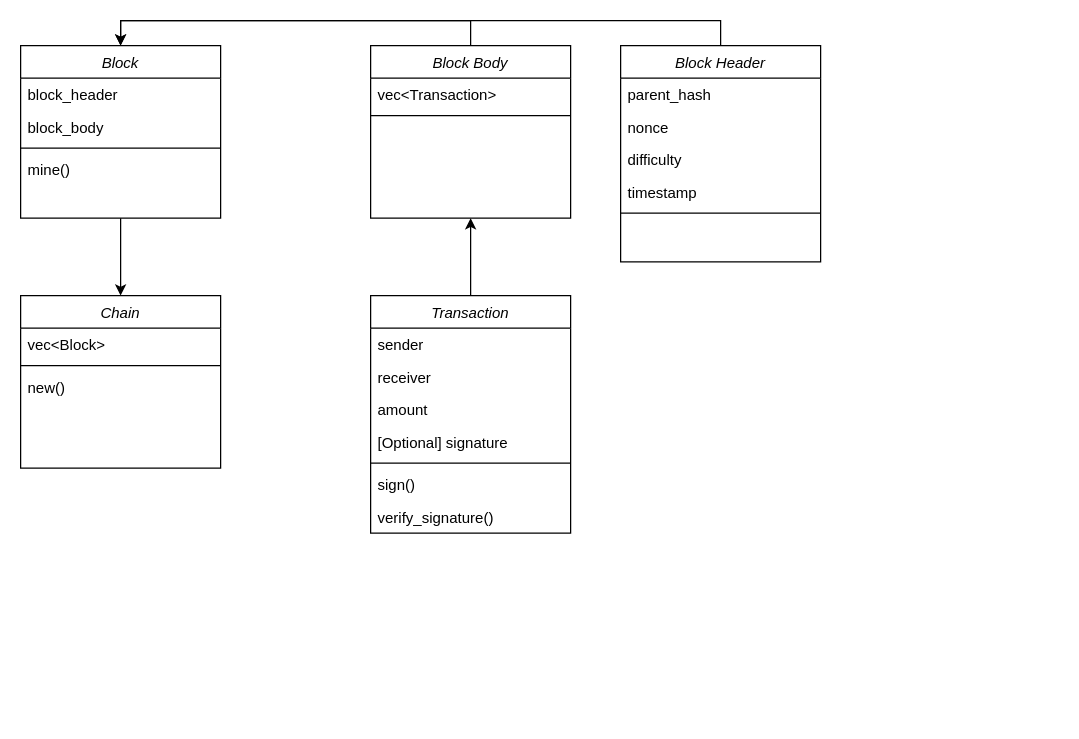
The draw.io diagram docs/Public_Ledger.drawio in DiogoAlexandreOliveiraDaSilva/secure-auction-ledger, before the edit. Source tidied: cells renumbered, new cells numbered last; positions are measured from the earlier drawing's top-left corner, leaving out a move shared by most shapes. Both pictures are drawn from the tidied source at 125%, with x=0, y=0 at pixel (20, 20).
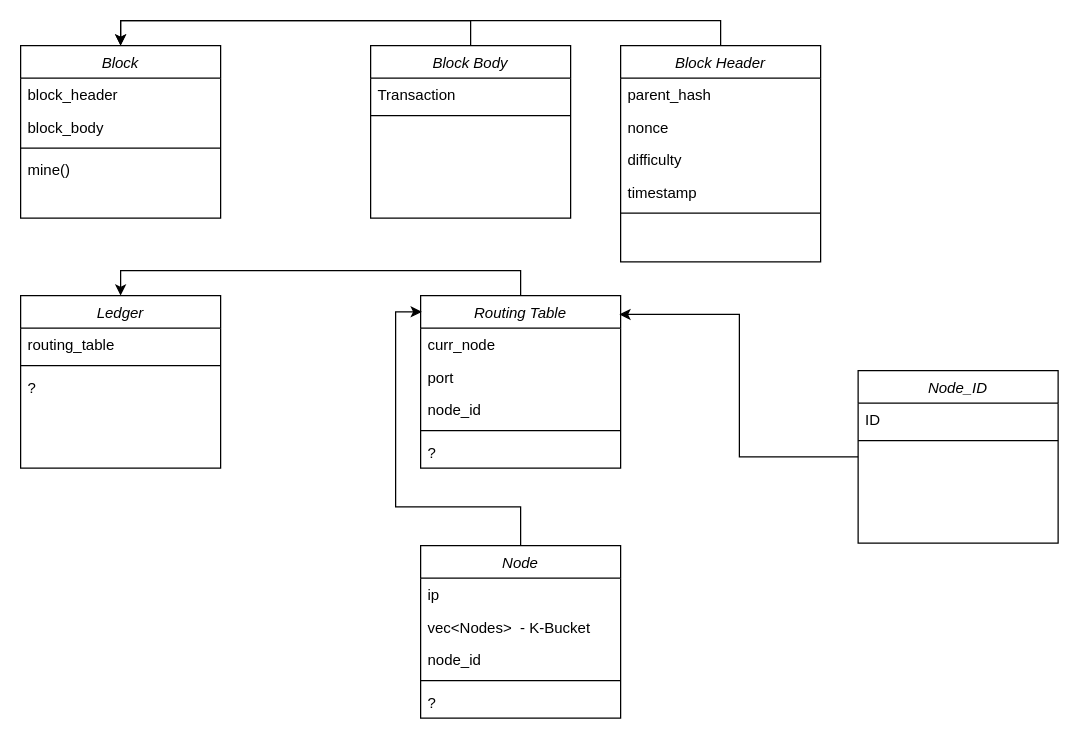
The same page after the edit.

Unchanged cells that the change refers to:
```xml
<mxCell id="3" value="Block" style="swimlane;fontStyle=2;align=center;verticalAlign=top;horizontal=1;startSize=26;rounded=0;shadow=0;strokeWidth=1;" parent="1" vertex="1">
  <mxGeometry y="20" width="160" height="138" as="geometry" />
</mxCell>
<mxCell id="16" value="Block Body&#10;" style="swimlane;fontStyle=2;align=center;verticalAlign=top;horizontal=1;startSize=26;rounded=0;shadow=0;strokeWidth=1;" parent="1" vertex="1">
  <mxGeometry x="280" y="20" width="160" height="138" as="geometry" />
</mxCell>
```

What changed in the source:
```diff
@@
-    <mxCell id="2" style="edgeStyle=orthogonalEdgeStyle;rounded=0;jettySize=auto;html=1;exitX=0.5;exitY=1;exitDx=0;exitDy=0;entryX=0.5;entryY=0;entryDx=0;entryDy=0;" parent="1" edge="1" source="3" target="28">
-      <mxGeometry relative="1" as="geometry" />
-    </mxCell>
@@
-    <mxCell id="17" value="vec&lt;Transaction&gt;" style="text;align=left;verticalAlign=top;spacingLeft=4;spacingRight=4;overflow=hidden;" parent="16" vertex="1">
+    <mxCell id="17" value="Transaction" style="text;align=left;verticalAlign=top;spacingLeft=4;spacingRight=4;overflow=hidden;" parent="16" vertex="1">
       <mxGeometry y="26" width="160" height="26" as="geometry" />
     </mxCell>
@@
-    <mxCell id="19" style="edgeStyle=orthogonalEdgeStyle;rounded=0;jettySize=auto;html=1;exitX=0.5;exitY=0;exitDx=0;exitDy=0;entryX=0.5;entryY=1;entryDx=0;entryDy=0;" parent="1" edge="1" source="20" target="16">
-      <mxGeometry relative="1" as="geometry" />
-    </mxCell>
-    <mxCell id="20" value="Transaction" style="swimlane;fontStyle=2;align=center;verticalAlign=top;horizontal=1;startSize=26;rounded=0;shadow=0;strokeWidth=1;" parent="1" vertex="1">
-      <mxGeometry x="280" y="220" width="160" height="190" as="geometry" />
-    </mxCell>
-    <mxCell id="21" value="sender&#10;" style="text;align=left;verticalAlign=top;spacingLeft=4;spacingRight=4;overflow=hidden;rounded=0;shadow=0;html=0;" parent="20" vertex="1">
-      <mxGeometry y="26" width="160" height="26" as="geometry" />
-    </mxCell>
-    <mxCell id="22" value="receiver" style="text;align=left;verticalAlign=top;spacingLeft=4;spacingRight=4;overflow=hidden;rounded=0;shadow=0;html=0;" parent="20" vertex="1">
-      <mxGeometry y="52" width="160" height="26" as="geometry" />
-    </mxCell>
-    <mxCell id="23" value="amount" style="text;align=left;verticalAlign=top;spacingLeft=4;spacingRight=4;overflow=hidden;rounded=0;shadow=0;html=0;" parent="20" vertex="1">
-      <mxGeometry y="78" width="160" height="26" as="geometry" />
-    </mxCell>
-    <mxCell id="24" value="[Optional] signature" style="text;align=left;verticalAlign=top;spacingLeft=4;spacingRight=4;overflow=hidden;rounded=0;shadow=0;html=0;" parent="20" vertex="1">
-      <mxGeometry y="104" width="160" height="26" as="geometry" />
-    </mxCell>
-    <mxCell id="25" style="line;html=1;strokeWidth=1;align=left;verticalAlign=middle;spacingTop=-1;spacingLeft=3;spacingRight=3;labelPosition=right;" parent="20" vertex="1">
-      <mxGeometry y="130" width="160" height="8" as="geometry" />
-    </mxCell>
-    <mxCell id="26" value="sign()&#10;" style="text;align=left;verticalAlign=top;spacingLeft=4;spacingRight=4;overflow=hidden;rounded=0;shadow=0;html=0;" parent="20" vertex="1">
-      <mxGeometry y="138" width="160" height="26" as="geometry" />
-    </mxCell>
-    <mxCell id="27" value="verify_signature()&#10;" style="text;align=left;verticalAlign=top;spacingLeft=4;spacingRight=4;overflow=hidden;rounded=0;shadow=0;html=0;" parent="20" vertex="1">
-      <mxGeometry y="164" width="160" height="26" as="geometry" />
-    </mxCell>
-    <mxCell id="28" value="Chain" style="swimlane;fontStyle=2;align=center;verticalAlign=top;horizontal=1;startSize=26;rounded=0;shadow=0;strokeWidth=1;" parent="1" vertex="1">
-      <mxGeometry y="220" width="160" height="138" as="geometry" />
-    </mxCell>
-    <mxCell id="29" value="vec&lt;Block&gt;" style="text;align=left;verticalAlign=top;spacingLeft=4;spacingRight=4;overflow=hidden;rounded=0;shadow=0;html=0;" parent="28" vertex="1">
-      <mxGeometry y="26" width="160" height="26" as="geometry" />
-    </mxCell>
-    <mxCell id="30" style="line;html=1;strokeWidth=1;align=left;verticalAlign=middle;spacingTop=-1;spacingLeft=3;spacingRight=3;labelPosition=right;" parent="28" vertex="1">
-      <mxGeometry y="52" width="160" height="8" as="geometry" />
-    </mxCell>
-    <mxCell id="31" value="new()" style="text;align=left;verticalAlign=top;spacingLeft=4;spacingRight=4;overflow=hidden;rounded=0;shadow=0;html=0;" parent="28" vertex="1">
-      <mxGeometry y="60" width="160" height="26" as="geometry" />
-    </mxCell>
+    <mxCell id="32" value="Node" style="swimlane;fontStyle=2;align=center;verticalAlign=top;horizontal=1;startSize=26;rounded=0;shadow=0;strokeWidth=1;" parent="1" vertex="1">
+      <mxGeometry x="320" y="420" width="160" height="138" as="geometry" />
+    </mxCell>
+    <mxCell id="33" value="ip" style="text;align=left;verticalAlign=top;spacingLeft=4;spacingRight=4;overflow=hidden;rounded=0;shadow=0;html=0;" parent="32" vertex="1">
+      <mxGeometry y="26" width="160" height="26" as="geometry" />
+    </mxCell>
+    <mxCell id="34" value="vec&lt;Nodes&gt;  - K-Bucket" style="text;align=left;verticalAlign=top;spacingLeft=4;spacingRight=4;overflow=hidden;rounded=0;shadow=0;html=0;" parent="32" vertex="1">
+      <mxGeometry y="52" width="160" height="26" as="geometry" />
+    </mxCell>
+    <mxCell id="35" value="node_id" style="text;align=left;verticalAlign=top;spacingLeft=4;spacingRight=4;overflow=hidden;rounded=0;shadow=0;html=0;" parent="32" vertex="1">
+      <mxGeometry y="78" width="160" height="26" as="geometry" />
+    </mxCell>
+    <mxCell id="36" style="line;html=1;strokeWidth=1;align=left;verticalAlign=middle;spacingTop=-1;spacingLeft=3;spacingRight=3;labelPosition=right;" parent="32" vertex="1">
+      <mxGeometry y="104" width="160" height="8" as="geometry" />
+    </mxCell>
+    <mxCell id="37" value="?" style="text;align=left;verticalAlign=top;spacingLeft=4;spacingRight=4;overflow=hidden;rounded=0;shadow=0;html=0;" parent="32" vertex="1">
+      <mxGeometry y="112" width="160" height="26" as="geometry" />
+    </mxCell>
+    <mxCell id="38" value="Node_ID" style="swimlane;fontStyle=2;align=center;verticalAlign=top;horizontal=1;startSize=26;rounded=0;shadow=0;strokeWidth=1;" parent="1" vertex="1">
+      <mxGeometry x="670" y="280" width="160" height="138" as="geometry" />
+    </mxCell>
+    <mxCell id="39" value="ID" style="text;align=left;verticalAlign=top;spacingLeft=4;spacingRight=4;overflow=hidden;rounded=0;shadow=0;html=0;" parent="38" vertex="1">
+      <mxGeometry y="26" width="160" height="26" as="geometry" />
+    </mxCell>
+    <mxCell id="40" style="line;html=1;strokeWidth=1;align=left;verticalAlign=middle;spacingTop=-1;spacingLeft=3;spacingRight=3;labelPosition=right;" parent="38" vertex="1">
+      <mxGeometry y="52" width="160" height="8" as="geometry" />
+    </mxCell>
+    <mxCell id="41" style="edgeStyle=orthogonalEdgeStyle;rounded=0;jettySize=auto;html=1;entryX=0.5;entryY=0;entryDx=0;entryDy=0;exitX=0.5;exitY=0;exitDx=0;exitDy=0;" parent="1" edge="1" source="42" target="49">
+      <mxGeometry relative="1" as="geometry" />
+    </mxCell>
+    <mxCell id="42" value="Routing Table" style="swimlane;fontStyle=2;align=center;verticalAlign=top;horizontal=1;startSize=26;rounded=0;shadow=0;strokeWidth=1;" parent="1" vertex="1">
+      <mxGeometry x="320" y="220" width="160" height="138" as="geometry" />
+    </mxCell>
+    <mxCell id="43" value="curr_node" style="text;align=left;verticalAlign=top;spacingLeft=4;spacingRight=4;overflow=hidden;rounded=0;shadow=0;html=0;" parent="42" vertex="1">
+      <mxGeometry y="26" width="160" height="26" as="geometry" />
+    </mxCell>
+    <mxCell id="44" value="port" style="text;align=left;verticalAlign=top;spacingLeft=4;spacingRight=4;overflow=hidden;rounded=0;shadow=0;html=0;" parent="42" vertex="1">
+      <mxGeometry y="52" width="160" height="26" as="geometry" />
+    </mxCell>
+    <mxCell id="45" value="node_id" style="text;align=left;verticalAlign=top;spacingLeft=4;spacingRight=4;overflow=hidden;rounded=0;shadow=0;html=0;" parent="42" vertex="1">
+      <mxGeometry y="78" width="160" height="26" as="geometry" />
+    </mxCell>
+    <mxCell id="46" style="line;html=1;strokeWidth=1;align=left;verticalAlign=middle;spacingTop=-1;spacingLeft=3;spacingRight=3;labelPosition=right;" parent="42" vertex="1">
+      <mxGeometry y="104" width="160" height="8" as="geometry" />
+    </mxCell>
+    <mxCell id="47" value="?" style="text;align=left;verticalAlign=top;spacingLeft=4;spacingRight=4;overflow=hidden;rounded=0;shadow=0;html=0;" parent="42" vertex="1">
+      <mxGeometry y="112" width="160" height="26" as="geometry" />
+    </mxCell>
+    <mxCell id="48" style="edgeStyle=orthogonalEdgeStyle;rounded=0;jettySize=auto;html=1;entryX=0.006;entryY=0.094;entryDx=0;entryDy=0;entryPerimeter=0;" parent="1" edge="1" source="32" target="42">
+      <mxGeometry relative="1" as="geometry" />
+    </mxCell>
+    <mxCell id="49" value="Ledger" style="swimlane;fontStyle=2;align=center;verticalAlign=top;horizontal=1;startSize=26;rounded=0;shadow=0;strokeWidth=1;" parent="1" vertex="1">
+      <mxGeometry y="220" width="160" height="138" as="geometry" />
+    </mxCell>
+    <mxCell id="50" value="routing_table" style="text;align=left;verticalAlign=top;spacingLeft=4;spacingRight=4;overflow=hidden;rounded=0;shadow=0;html=0;" parent="49" vertex="1">
+      <mxGeometry y="26" width="160" height="26" as="geometry" />
+    </mxCell>
+    <mxCell id="51" style="line;html=1;strokeWidth=1;align=left;verticalAlign=middle;spacingTop=-1;spacingLeft=3;spacingRight=3;labelPosition=right;" parent="49" vertex="1">
+      <mxGeometry y="52" width="160" height="8" as="geometry" />
+    </mxCell>
+    <mxCell id="52" value="?" style="text;align=left;verticalAlign=top;spacingLeft=4;spacingRight=4;overflow=hidden;rounded=0;shadow=0;html=0;" parent="49" vertex="1">
+      <mxGeometry y="60" width="160" height="26" as="geometry" />
+    </mxCell>
+    <mxCell id="53" style="edgeStyle=orthogonalEdgeStyle;rounded=0;jettySize=auto;html=1;entryX=0.994;entryY=0.109;entryDx=0;entryDy=0;entryPerimeter=0;" parent="1" edge="1" source="38" target="42">
+      <mxGeometry relative="1" as="geometry" />
+    </mxCell>
```
